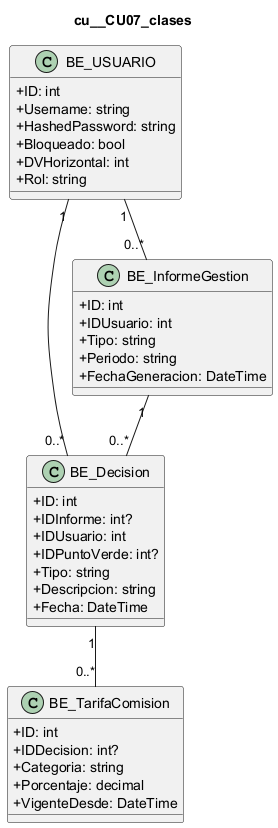
Before: docs/diagramas/uml_png/cu__CU07_clases.png, a diagram exported from PlantUML (L-Muniz/uai-diploma_2026).
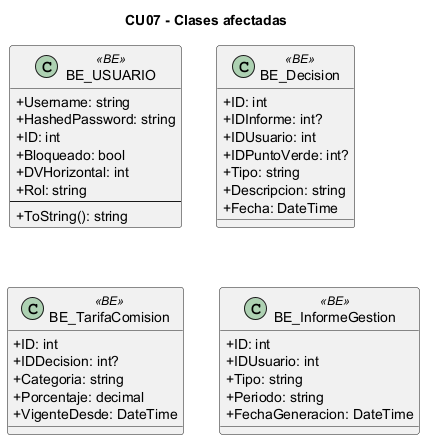
Later version of the same file.

What changed in the source:
```diff
@@ -1,15 +1,17 @@
 @startuml
 skinparam classAttributeIconSize 0
-title cu__CU07_clases
-class "BE_USUARIO" as USUARIO {
-  +ID: int
+title CU07 - Clases afectadas
+class "BE_USUARIO" as BE_USUARIO <<BE>> {
   +Username: string
   +HashedPassword: string
+  +ID: int
   +Bloqueado: bool
   +DVHorizontal: int
   +Rol: string
+  --
+  +ToString(): string
 }
-class "BE_Decision" as DECISION {
+class "BE_Decision" as BE_Decision <<BE>> {
   +ID: int
   +IDInforme: int?
   +IDUsuario: int
@@ -18,22 +20,18 @@
   +Descripcion: string
   +Fecha: DateTime
 }
-class "BE_TarifaComision" as TARIFA {
+class "BE_TarifaComision" as BE_TarifaComision <<BE>> {
   +ID: int
   +IDDecision: int?
   +Categoria: string
   +Porcentaje: decimal
   +VigenteDesde: DateTime
 }
-class "BE_InformeGestion" as INFORME {
+class "BE_InformeGestion" as BE_InformeGestion <<BE>> {
   +ID: int
   +IDUsuario: int
   +Tipo: string
   +Periodo: string
   +FechaGeneracion: DateTime
 }
-USUARIO "1" -- "0..*" INFORME
-INFORME "1" -- "0..*" DECISION
-DECISION "1" -- "0..*" TARIFA
-USUARIO "1" -- "0..*" DECISION
 @enduml
```
